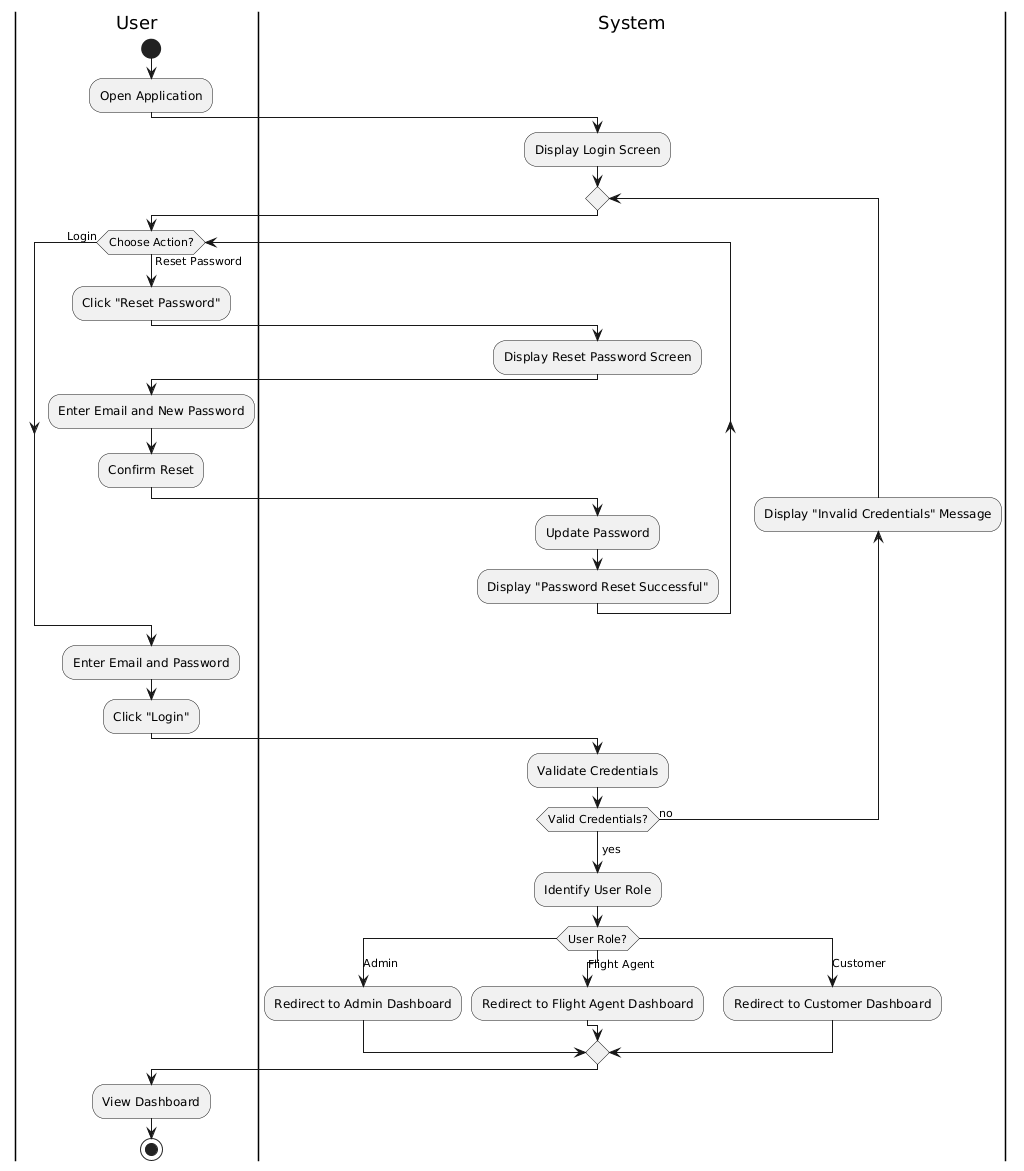
Above: docs/diagrams/activity/login.png in camdnnn/614-Project (PlantUML), before the change.
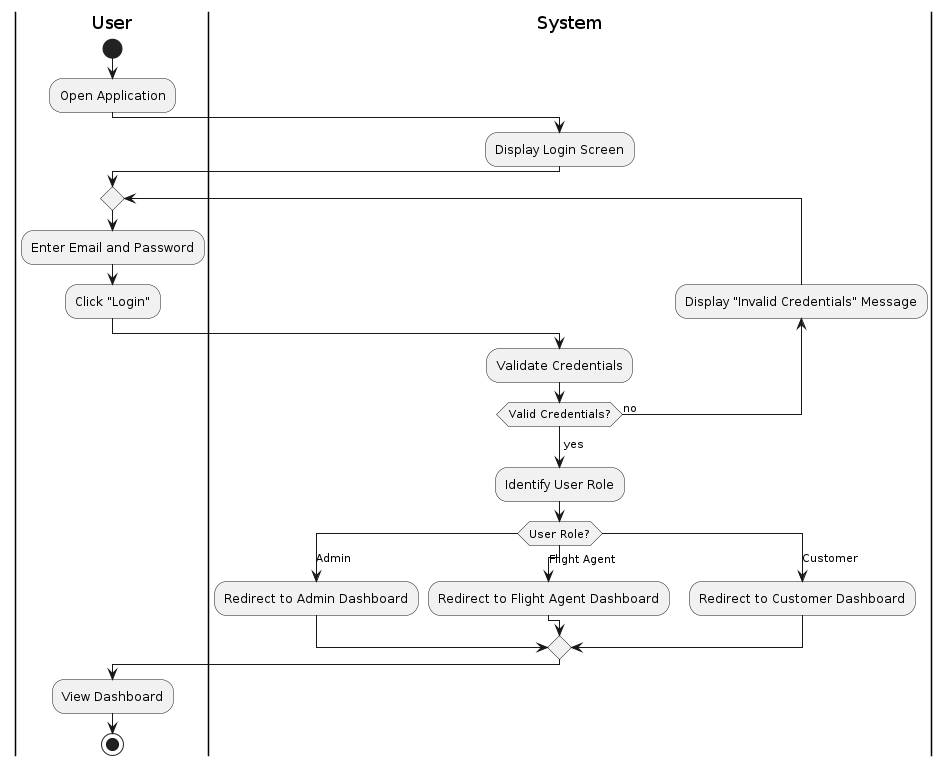
After the change.

Commit message:
update login activity diagram

Change to the diagram source:
```diff
@@ -7,19 +7,6 @@
 :Display Login Screen;
 
 repeat
-  |User|
-  while (Choose Action?) is (Reset Password)
-    :Click "Reset Password";
-    |System|
-    :Display Reset Password Screen;
-    |User|
-    :Enter Email and New Password;
-    :Confirm Reset;
-    |System|
-    :Update Password;
-    :Display "Password Reset Successful";
-  endwhile (Login)
-
   |User|
   :Enter Email and Password;
   :Click "Login";
```
